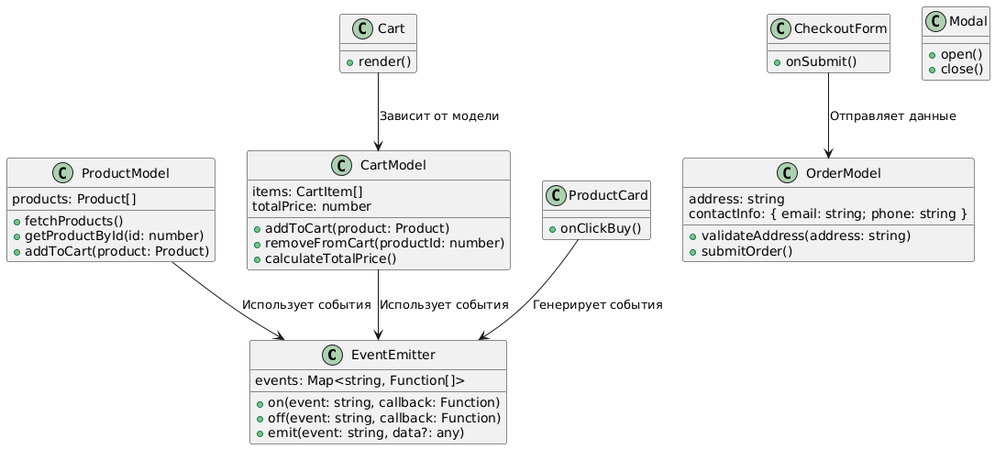
This is src/docs/UML.png from achepin/web-larek-frontend, a PlantUML export, as it was before one commit.
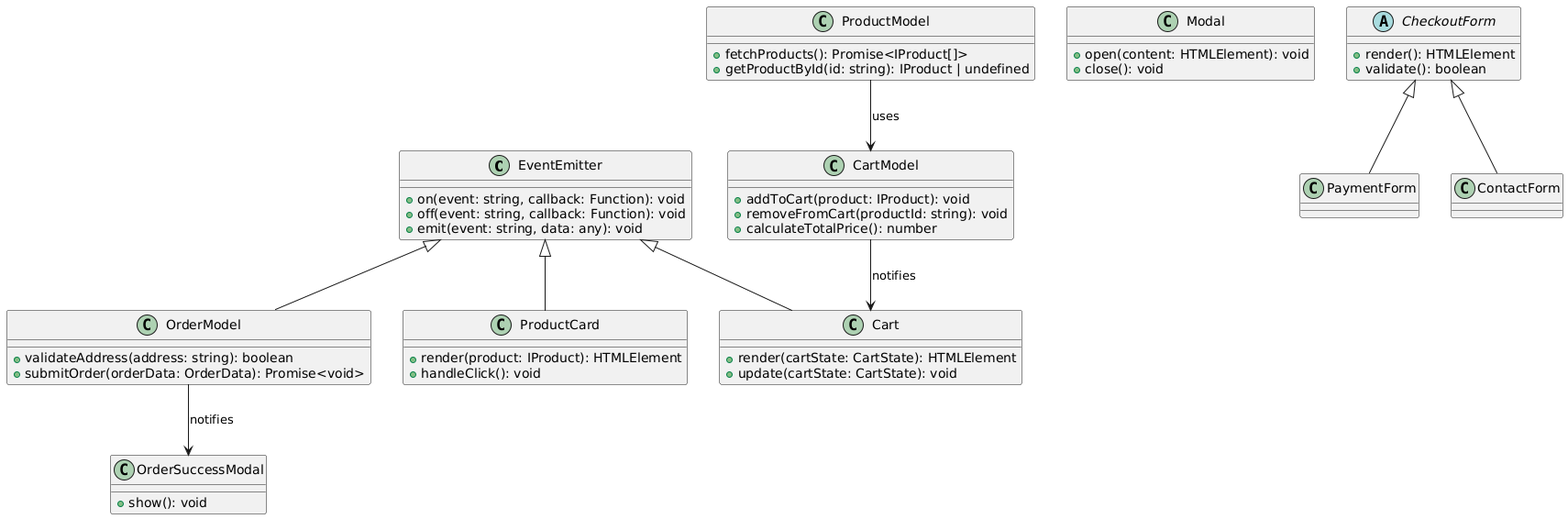
Later version of the same file.

What changed in the source:
```diff
@@ -1,53 +1,59 @@
 @startuml
 class EventEmitter {
-  events: Map<string, Function[]>
-  + on(event: string, callback: Function)
-  + off(event: string, callback: Function)
-  + emit(event: string, data?: any)
+  +on(event: string, callback: Function): void
+  +off(event: string, callback: Function): void
+  +emit(event: string, data: any): void
 }
 
 class ProductModel {
-  products: Product[]
-  + fetchProducts()
-  + getProductById(id: number)
-  + addToCart(product: Product)
+  +fetchProducts(): Promise<IProduct[]>
+  +getProductById(id: string): IProduct | undefined
 }
 
 class CartModel {
-  items: CartItem[]
-  totalPrice: number
-  + addToCart(product: Product)
-  + removeFromCart(productId: number)
-  + calculateTotalPrice()
+  +addToCart(product: IProduct): void
+  +removeFromCart(productId: string): void
+  +calculateTotalPrice(): number
 }
 
 class OrderModel {
-  address: string
-  contactInfo: { email: string; phone: string }
-  + validateAddress(address: string)
-  + submitOrder()
+  +validateAddress(address: string): boolean
+  +submitOrder(orderData: OrderData): Promise<void>
 }
 
 class ProductCard {
-  + onClickBuy()
+  +render(product: IProduct): HTMLElement
+  +handleClick(): void
 }
 
 class Modal {
-  + open()
-  + close()
+  +open(content: HTMLElement): void
+  +close(): void
 }
 
 class Cart {
-  + render()
+  +render(cartState: CartState): HTMLElement
+  +update(cartState: CartState): void
 }
 
-class CheckoutForm {
-  + onSubmit()
+abstract class CheckoutForm {
+  +render(): HTMLElement
+  +validate(): boolean
 }
 
-ProductModel --> EventEmitter : Использует события
-CartModel --> EventEmitter : Использует события
-ProductCard --> EventEmitter : Генерирует события
-Cart --> CartModel : Зависит от модели
-CheckoutForm --> OrderModel : Отправляет данные
+class PaymentForm extends CheckoutForm {}
+
+class ContactForm extends CheckoutForm {}
+
+class OrderSuccessModal {
+  +show(): void
+}
+
+EventEmitter <|-- ProductCard
+EventEmitter <|-- Cart
+EventEmitter <|-- OrderModel
+
+ProductModel --> CartModel : uses
+CartModel --> Cart : notifies
+OrderModel --> OrderSuccessModal : notifies
 @enduml
```
